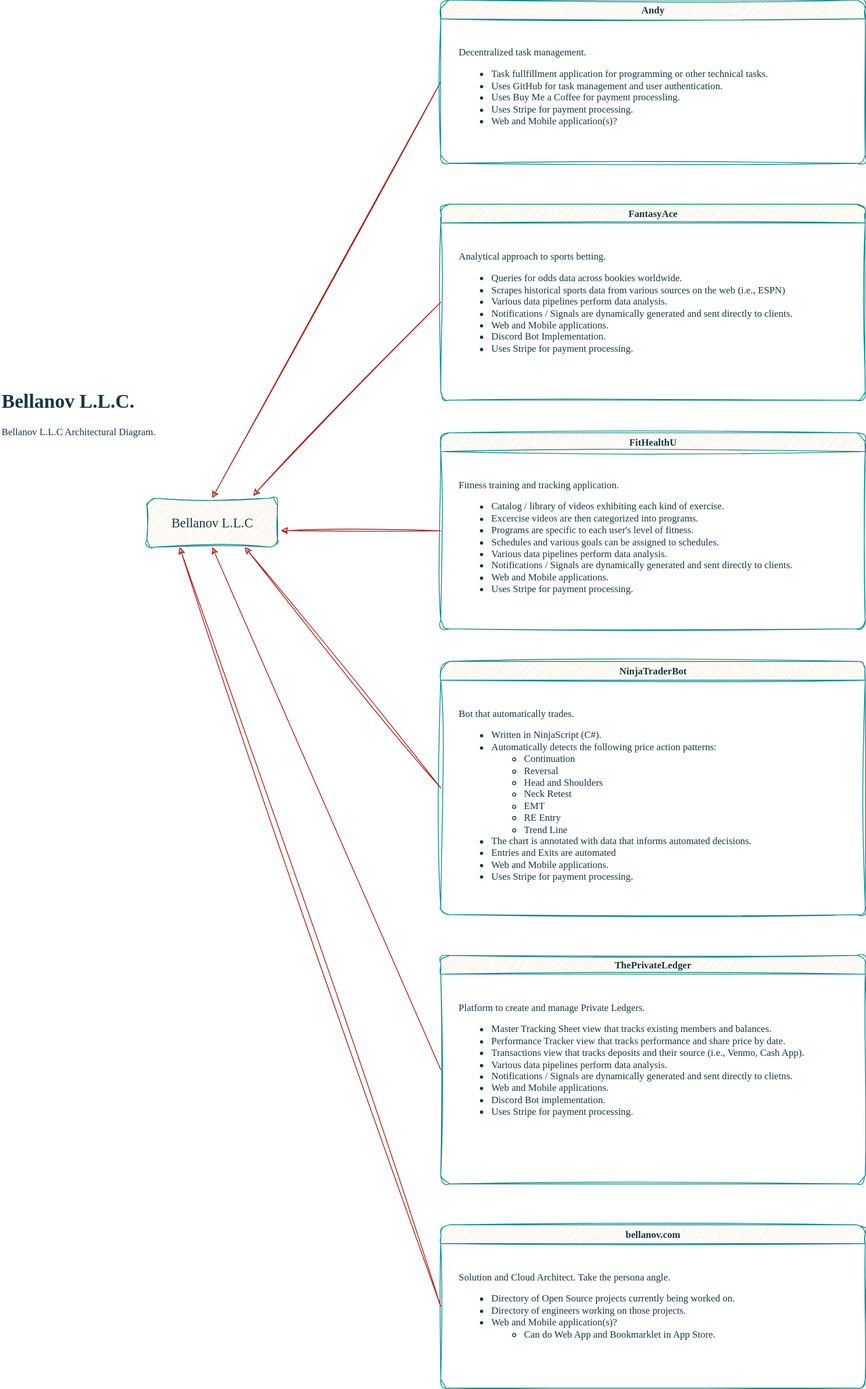
This is diagrams/Architecture.svg from bellanov/bellanov-llc, a draw.io export, as it was before one commit. Source tidied: cells renumbered, new cells last; positions are measured from the earlier drawing's top-left corner, leaving out a move shared by most shapes.
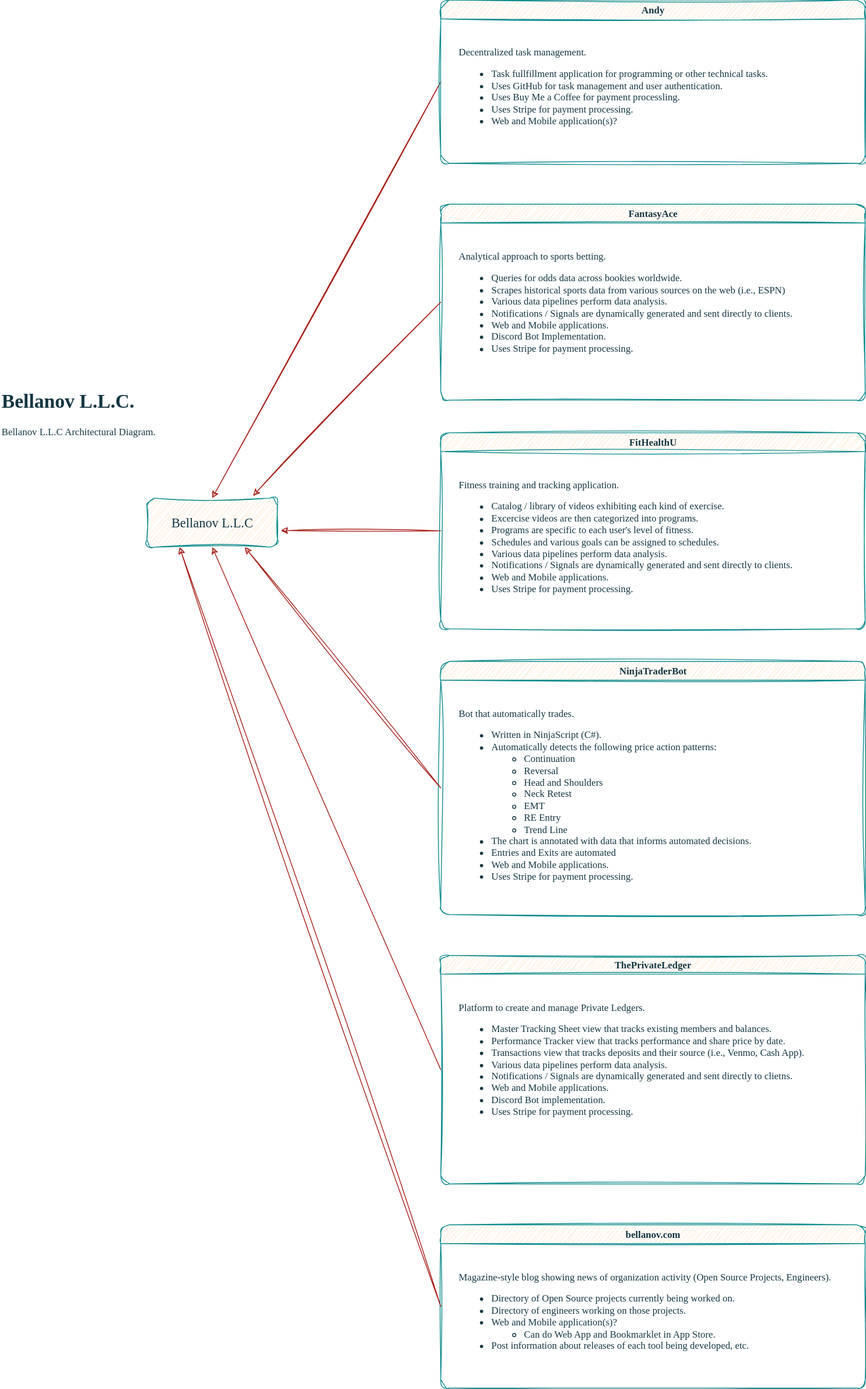
After the change.

What changed in the source:
```diff
@@ -64,7 +64,7 @@
     <mxCell id="21" value="bellanov.com" style="swimlane;whiteSpace=wrap;html=1;sketch=1;hachureGap=4;jiggle=2;curveFitting=1;fontFamily=Verdana;labelBackgroundColor=none;fillColor=#FAE5C7;strokeColor=#0F8B8D;fontColor=#143642;rounded=1;" parent="1" vertex="1">
       <mxGeometry x="540" y="1500" width="520" height="200" as="geometry" />
     </mxCell>
-    <mxCell id="22" value="&lt;div&gt;Solution and Cloud Architect. Take the persona angle.&lt;/div&gt;&lt;div&gt;&lt;ul&gt;&lt;li&gt;Directory of Open Source projects currently being worked on.&lt;/li&gt;&lt;li&gt;Directory of engineers working on those projects.&lt;/li&gt;&lt;li&gt;Web and Mobile application(s)?&lt;/li&gt;&lt;ul&gt;&lt;li&gt;Can do Web App and Bookmarklet in App Store.&lt;/li&gt;&lt;/ul&gt;&lt;/ul&gt;&lt;/div&gt;" style="text;html=1;whiteSpace=wrap;strokeColor=none;fillColor=none;align=left;verticalAlign=top;rounded=1;fontFamily=Lucida Console;labelBackgroundColor=none;fontColor=#143642;" parent="21" vertex="1">
+    <mxCell id="22" value="&lt;div&gt;Magazine-style blog showing news of organization activity (Open Source Projects, Engineers).&lt;/div&gt;&lt;div&gt;&lt;ul&gt;&lt;li&gt;Directory of Open Source projects currently being worked on.&lt;/li&gt;&lt;li&gt;Directory of engineers working on those projects.&lt;/li&gt;&lt;li&gt;Web and Mobile application(s)?&lt;/li&gt;&lt;ul&gt;&lt;li&gt;Can do Web App and Bookmarklet in App Store.&lt;/li&gt;&lt;/ul&gt;&lt;li&gt;Post information about releases of each tool being developed, etc.&lt;/li&gt;&lt;/ul&gt;&lt;/div&gt;" style="text;html=1;whiteSpace=wrap;strokeColor=none;fillColor=none;align=left;verticalAlign=top;rounded=1;fontFamily=Lucida Console;labelBackgroundColor=none;fontColor=#143642;" parent="21" vertex="1">
       <mxGeometry x="20" y="50" width="480" height="130" as="geometry" />
     </mxCell>
     <mxCell id="23" style="endArrow=classic;html=1;rounded=1;sketch=1;hachureGap=4;jiggle=2;curveFitting=1;strokeColor=#A8201A;fontFamily=Architects Daughter;fontSource=https%3A%2F%2Ffonts.googleapis.com%2Fcss%3Ffamily%3DArchitects%2BDaughter;fontColor=default;fillColor=#FAE5C7;labelBackgroundColor=none;exitX=0;exitY=0.5;exitDx=0;exitDy=0;entryX=0.25;entryY=1;entryDx=0;entryDy=0;" parent="1" edge="1" source="21" target="15">
```
